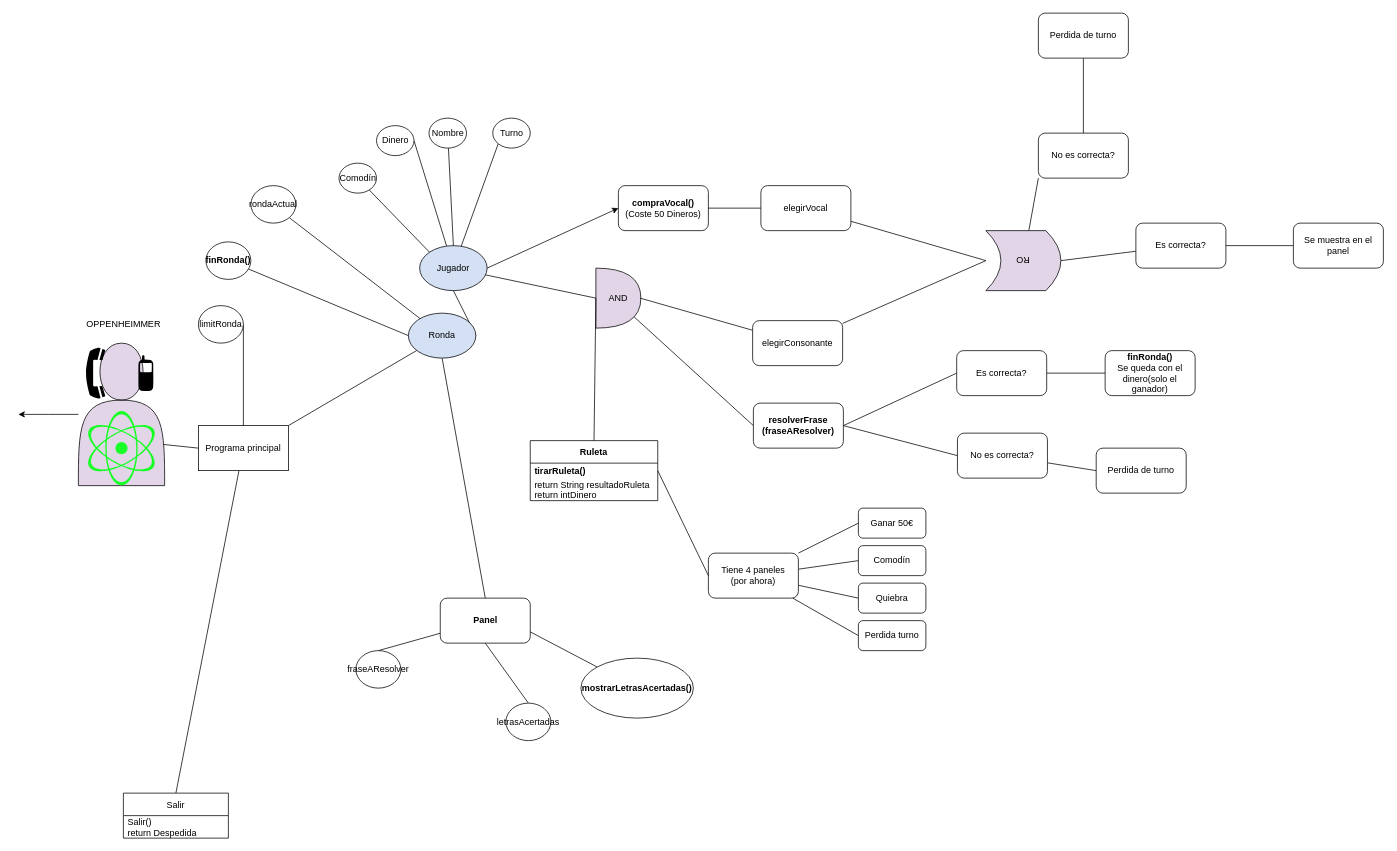
The draw.io diagram Diagrama.drawio in joeljnq/proyectoRuletaSuerte, before the edit. Source tidied: cells renumbered, new cells numbered last; positions are measured from the earlier drawing's top-left corner, leaving out a move shared by most shapes. Both pictures are drawn from the tidied source at 75%, with x=0, y=0 at pixel (18, 13).
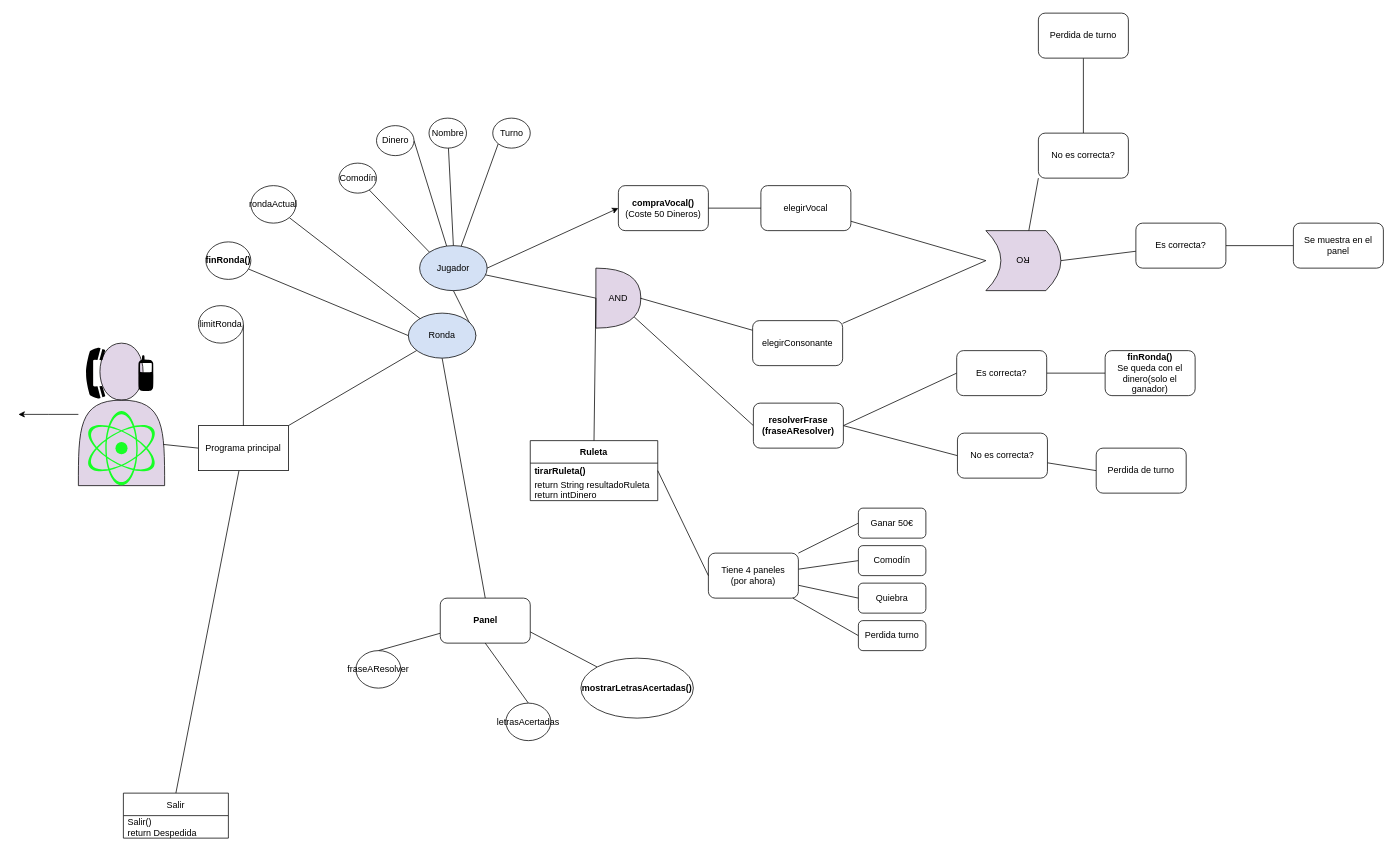
The same diagram, later.

The edit, as a diff of the source:
```diff
@@
-    <mxCell id="82" value="OPPENHEIMMER" style="text;html=1;align=center;verticalAlign=middle;strokeColor=none;fillColor=none;" parent="1" vertex="1">
-      <mxGeometry x="80" y="400" width="120" height="30" as="geometry" />
-    </mxCell>
```
